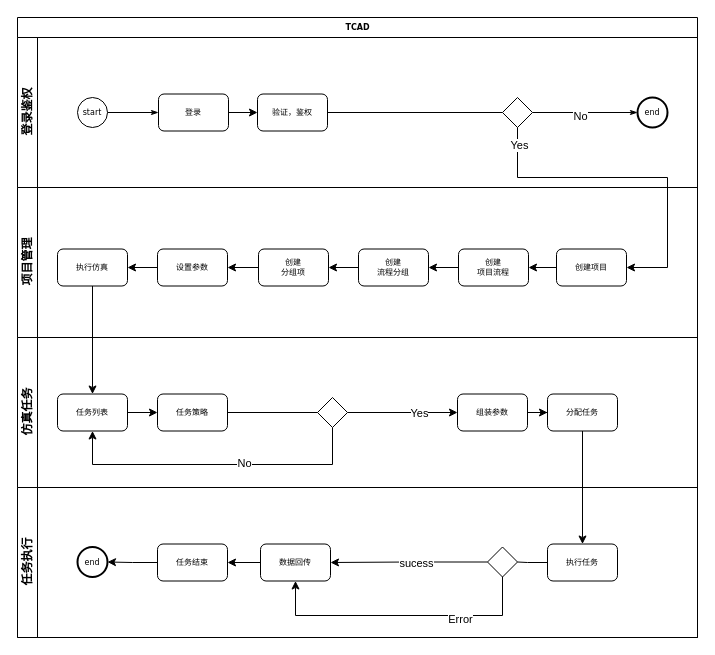
Above: doc/cogendaFlowCharts.drawio in yezhen701/VTCAD (draw.io), before the change. Source tidied: cells renumbered, new cells numbered last; positions are measured from the earlier drawing's top-left corner, leaving out a move shared by most shapes. Both pictures are drawn from the tidied source at 100%, with x=0, y=0 at pixel (17, 17).
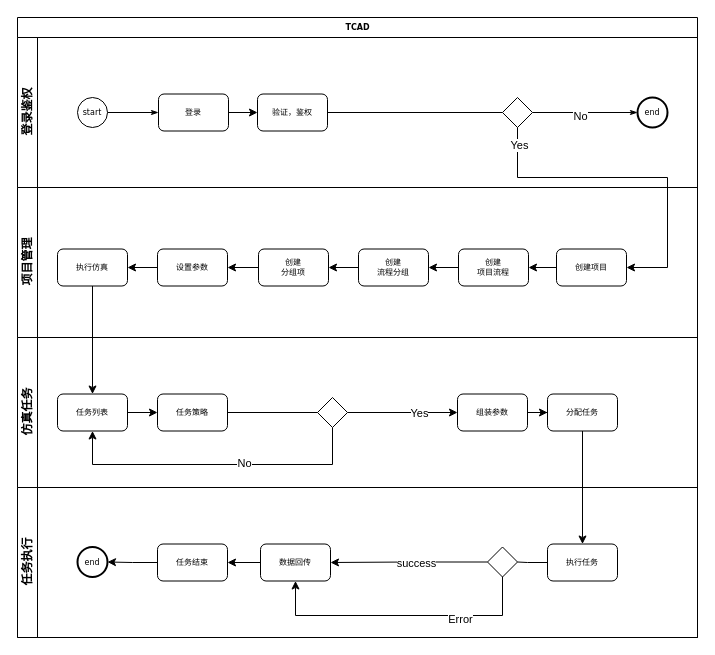
The same page after the edit.

The change refers to these unchanged cells:
```xml
<mxCell id="48" style="edgeStyle=orthogonalEdgeStyle;rounded=0;jettySize=auto;html=1;startArrow=none;entryX=1;entryY=0.5;entryDx=0;entryDy=0;" parent="43" edge="1" source="52" target="47">
  <mxGeometry relative="1" as="geometry" />
</mxCell>
```

Change to the diagram source:
```diff
@@
-    <mxCell id="49" value="sucess" style="edgeLabel;html=1;align=center;verticalAlign=middle;" parent="48" vertex="1">
+    <mxCell id="49" value="success" style="edgeLabel;html=1;align=center;verticalAlign=middle;" parent="48" vertex="1">
       <mxGeometry x="0.27" y="4" relative="1" as="geometry">
         <mxPoint x="28" y="-4" as="offset" />
       </mxGeometry>
     </mxCell>
```
